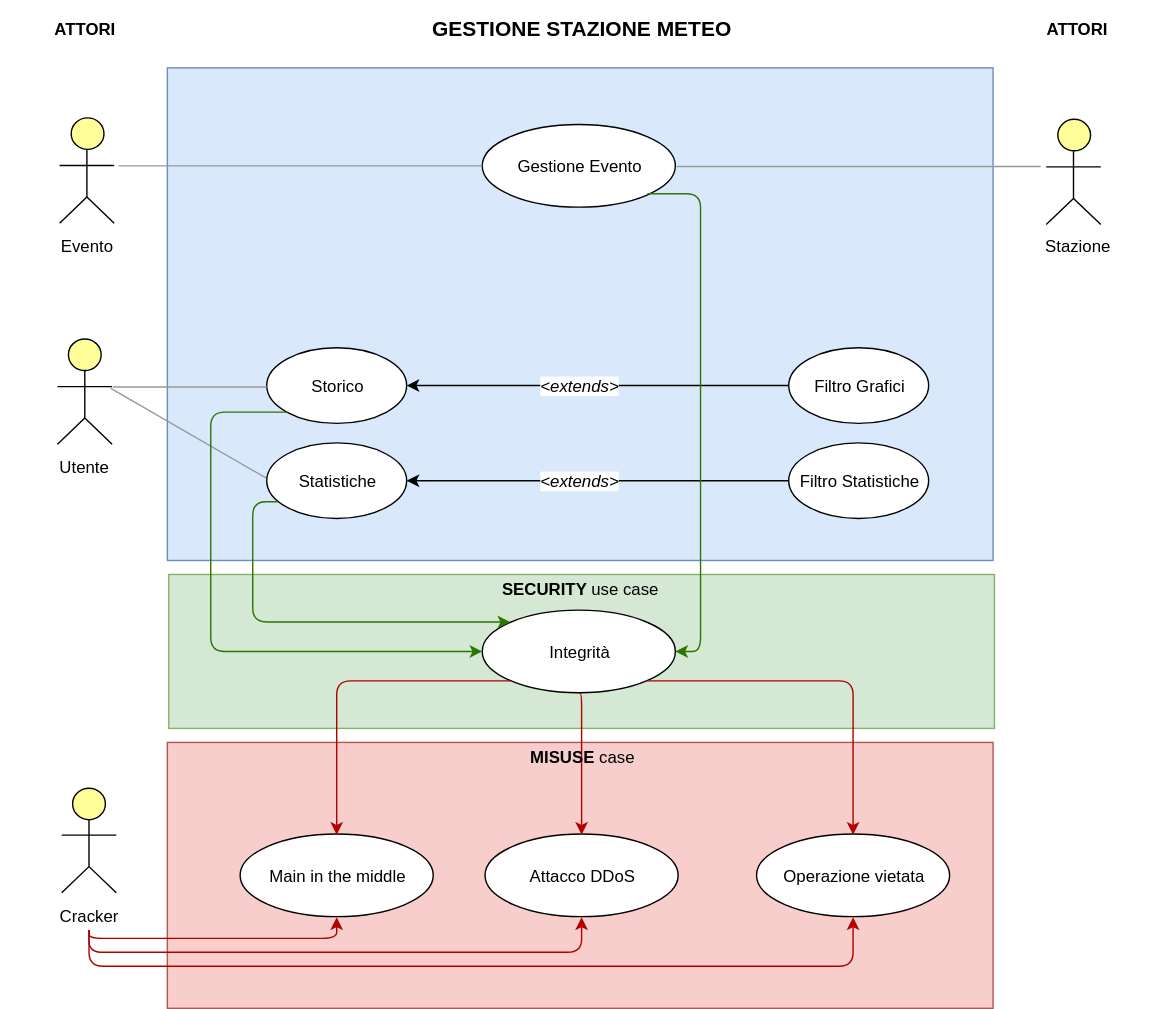
The draw.io diagram resources/SecuritycaseMisusecase.svg in Leaaaf/weatherment.io, before a commit. Source tidied: cells renumbered, new cells last; positions are measured from the earlier drawing's top-left corner, leaving out a move shared by most shapes.
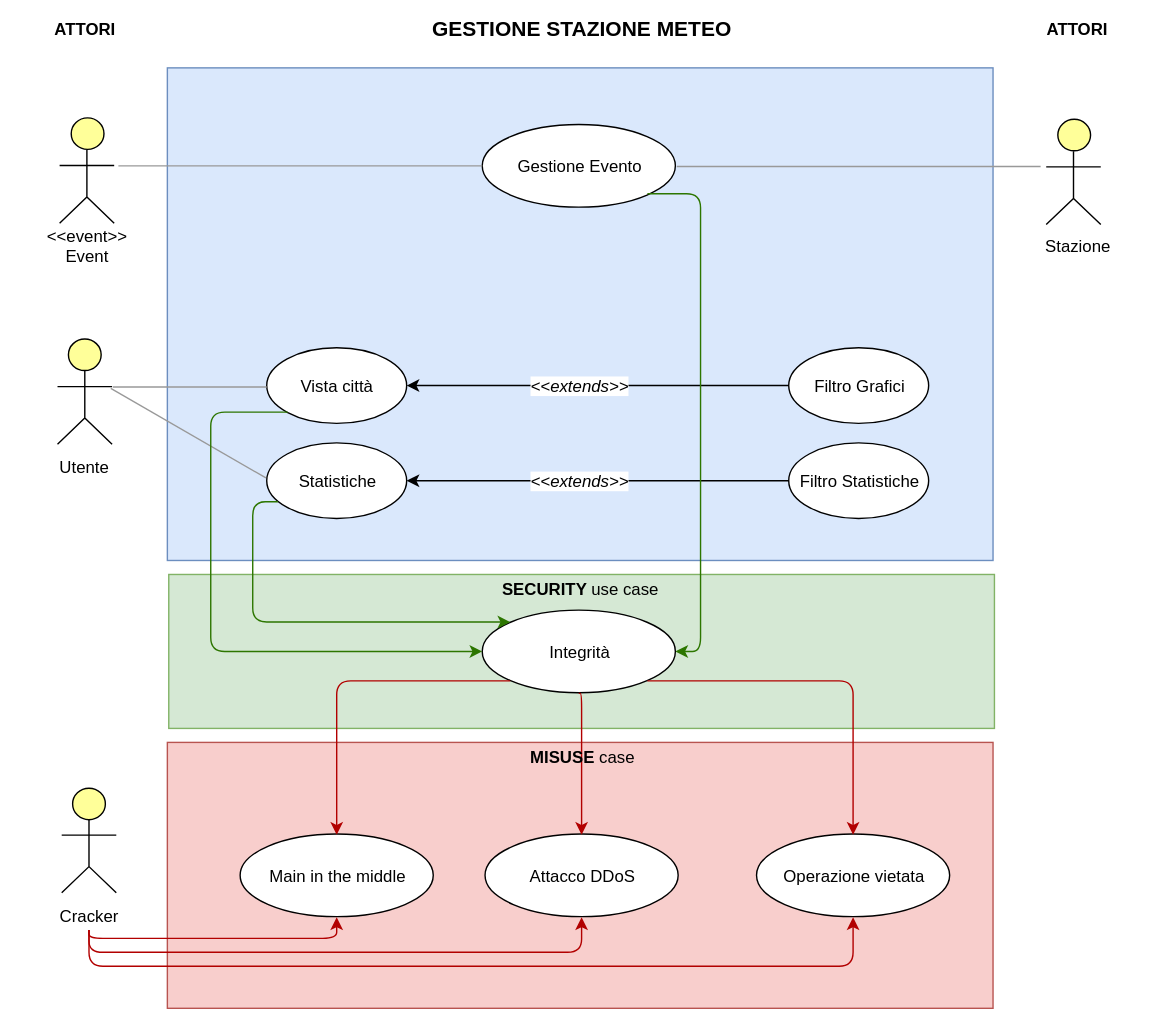
After the change.

Diff of the diagram source:
```diff
@@ -11,7 +11,7 @@
     <mxCell id="4" style="html=1;whiteSpace=wrap;fillColor=#ffff99;strokeColor=#000000;verticalLabelPosition=bottom;verticalAlign=top;align=center;shape=mxgraph.archimate3.actor;" parent="1" vertex="1">
       <mxGeometry x="42" y="84" width="39" height="75" as="geometry" />
     </mxCell>
-    <mxCell id="5" value="Evento&lt;br&gt;" style="text;html=1;strokeColor=none;fillColor=none;align=center;verticalAlign=middle;whiteSpace=wrap;rounded=0;" parent="1" vertex="1">
+    <mxCell id="5" value="&amp;lt;&amp;lt;event&amp;gt;&amp;gt;&lt;br&gt;Event&lt;br&gt;" style="text;html=1;strokeColor=none;fillColor=none;align=center;verticalAlign=middle;whiteSpace=wrap;rounded=0;" parent="1" vertex="1">
       <mxGeometry x="41" y="165" width="40" height="20" as="geometry" />
     </mxCell>
     <mxCell id="6" style="html=1;whiteSpace=wrap;fillColor=#ffff99;strokeColor=#000000;verticalLabelPosition=bottom;verticalAlign=top;align=center;shape=mxgraph.archimate3.actor;" parent="1" vertex="1">
@@ -44,7 +44,7 @@
     <mxCell id="15" style="edgeStyle=orthogonalEdgeStyle;rounded=0;jettySize=auto;html=1;" parent="1" edge="1" source="17" target="18">
       <mxGeometry relative="1" as="geometry" />
     </mxCell>
-    <mxCell id="16" value="&lt;i&gt;&amp;lt;extends&amp;gt;&lt;/i&gt;" style="text;html=1;align=center;verticalAlign=middle;labelBackgroundColor=#ffffff;" parent="15" vertex="1">
+    <mxCell id="16" value="&lt;i&gt;&amp;lt;&amp;lt;extends&amp;gt;&amp;gt;&lt;/i&gt;" style="text;html=1;align=center;verticalAlign=middle;labelBackgroundColor=#ffffff;" parent="15" vertex="1">
       <mxGeometry x="0.15" y="2" relative="1" as="geometry">
         <mxPoint x="7" y="-3" as="offset" />
       </mxGeometry>
@@ -52,7 +52,7 @@
     <mxCell id="17" value="Filtro Grafici" style="ellipse;whiteSpace=wrap;html=1;gradientColor=none;" parent="1" vertex="1">
       <mxGeometry x="563" y="248" width="100" height="54" as="geometry" />
     </mxCell>
-    <mxCell id="18" value="Storico" style="ellipse;whiteSpace=wrap;html=1;gradientColor=none;" parent="1" vertex="1">
+    <mxCell id="18" value="Vista città" style="ellipse;whiteSpace=wrap;html=1;gradientColor=none;" parent="1" vertex="1">
       <mxGeometry x="190" y="248" width="100" height="54" as="geometry" />
     </mxCell>
     <mxCell id="19" style="verticalLabelPosition=bottom;shadow=0;dashed=0;align=center;html=1;verticalAlign=top;strokeWidth=1;shape=mxgraph.mockup.markup.line;strokeColor=#999999;gradientColor=none;" parent="1" vertex="1">
@@ -73,7 +73,7 @@
         <mxPoint x="290" y="343" as="targetPoint" />
       </mxGeometry>
     </mxCell>
-    <mxCell id="24" value="&lt;i&gt;&amp;lt;extends&amp;gt;&lt;/i&gt;" style="text;html=1;align=center;verticalAlign=middle;labelBackgroundColor=#ffffff;" parent="23" vertex="1">
+    <mxCell id="24" value="&lt;i&gt;&amp;lt;&amp;lt;extends&amp;gt;&amp;gt;&lt;/i&gt;" style="text;html=1;align=center;verticalAlign=middle;labelBackgroundColor=#ffffff;" parent="23" vertex="1">
       <mxGeometry x="0.15" y="2" relative="1" as="geometry">
         <mxPoint x="7" y="-3" as="offset" />
       </mxGeometry>
```
